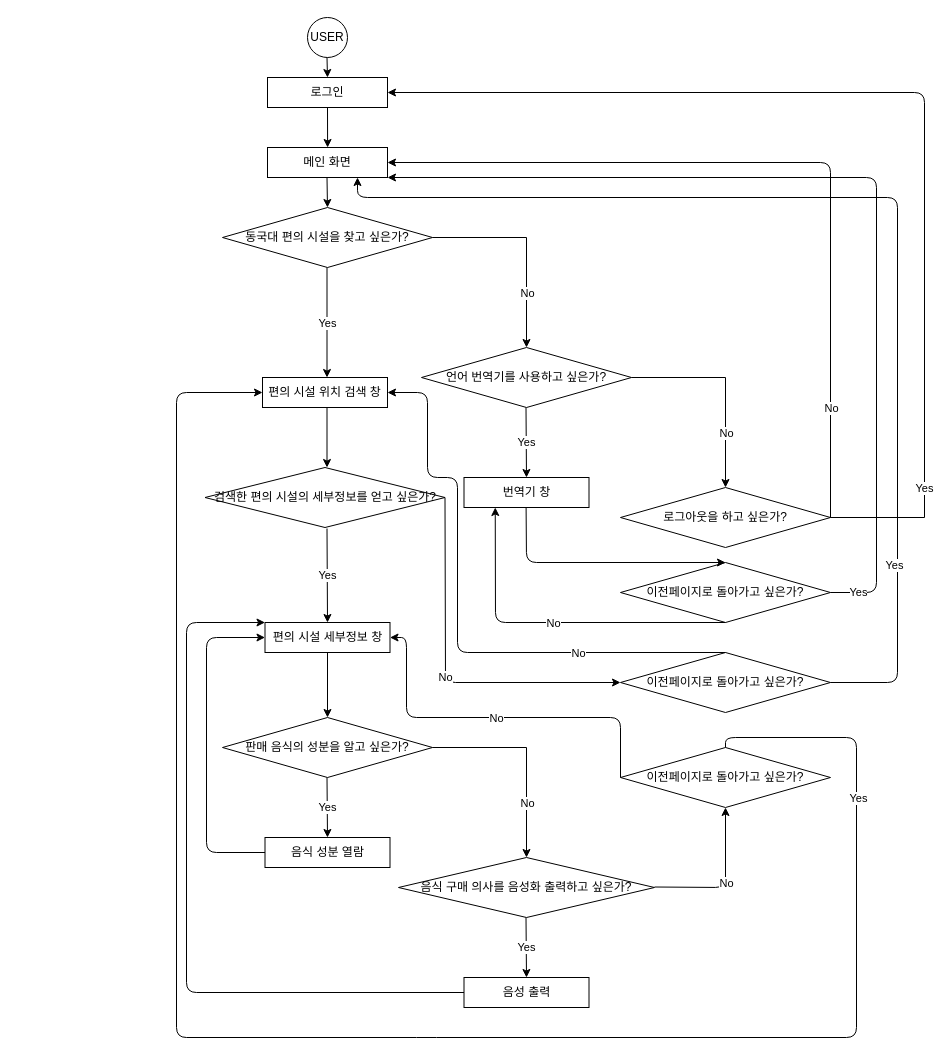
Before: FlowChart.drawio in Rush-K/FlowChart, a draw.io diagram. Source tidied: cells renumbered, new cells numbered last; positions are measured from the earlier drawing's top-left corner, leaving out a move shared by most shapes. Both pictures are drawn from the tidied source at 100%, with x=0, y=0 at pixel (176, 17).
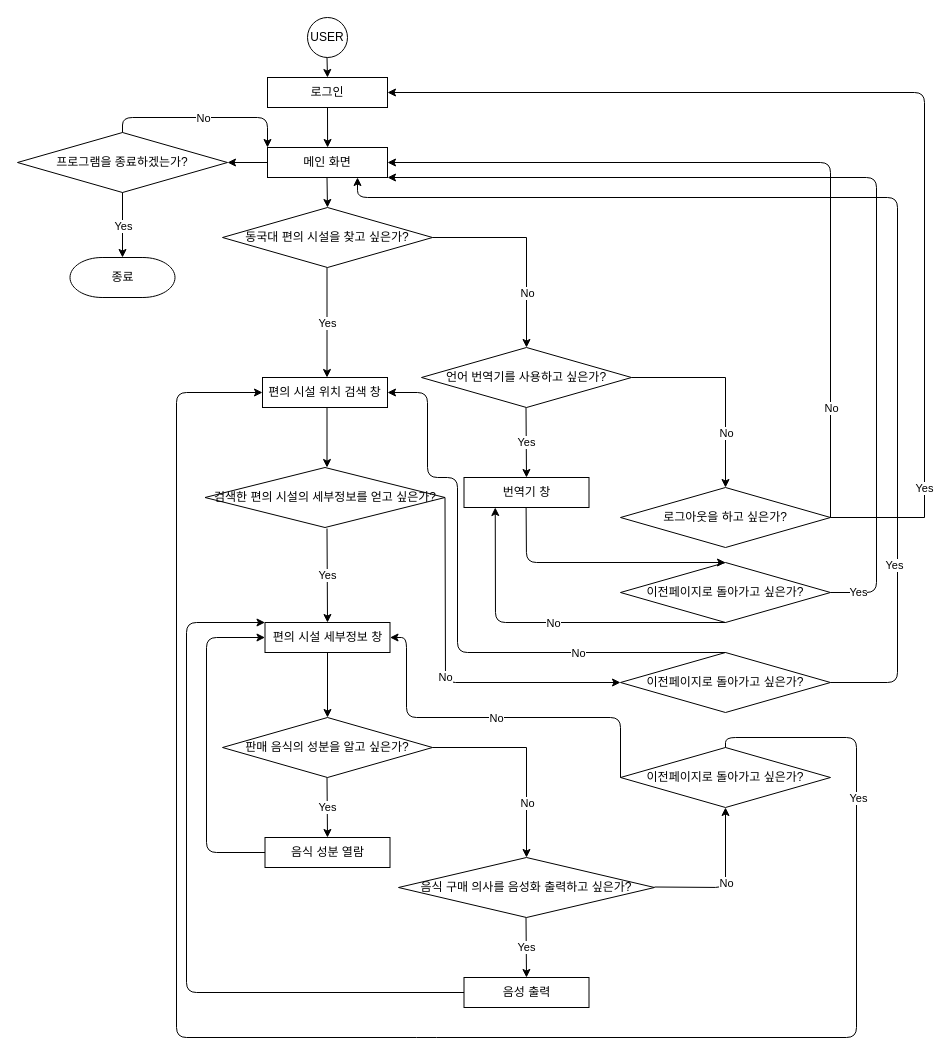
After the change.

Unchanged cells that the change refers to:
```xml
<mxCell id="44" value="메인 화면" style="rounded=0;whiteSpace=wrap;html=1;" parent="1" vertex="1">
  <mxGeometry x="91" y="130" width="120" height="30" as="geometry" />
</mxCell>
```

Change to the diagram source:
```diff
@@
+    <mxCell id="67" value="프로그램을 종료하겠는가?" style="rhombus;whiteSpace=wrap;html=1;" parent="1" vertex="1">
+      <mxGeometry x="-159" y="115" width="210" height="60" as="geometry" />
+    </mxCell>
+    <mxCell id="68" style="endArrow=classic;html=1;exitX=0;exitY=0.5;exitDx=0;exitDy=0;entryX=1;entryY=0.5;entryDx=0;entryDy=0;" parent="1" edge="1" source="44" target="67">
+      <mxGeometry relative="1" as="geometry" />
+    </mxCell>
+    <mxCell id="69" style="endArrow=classic;html=1;exitX=0.5;exitY=1;exitDx=0;exitDy=0;" parent="1" edge="1" source="67">
+      <mxGeometry relative="1" as="geometry">
+        <mxPoint x="-54" y="240" as="targetPoint" />
+      </mxGeometry>
+    </mxCell>
+    <mxCell id="70" value="Yes" style="edgeLabel;html=1;align=center;verticalAlign=middle;" parent="69" vertex="1">
+      <mxGeometry relative="1" as="geometry" />
+    </mxCell>
+    <mxCell id="71" value="종료" style="strokeWidth=1;html=1;shape=mxgraph.flowchart.terminator;whiteSpace=wrap;" parent="1" vertex="1">
+      <mxGeometry x="-106.5" y="240" width="105" height="40" as="geometry" />
+    </mxCell>
+    <mxCell id="72" style="endArrow=classic;html=1;exitX=0.5;exitY=0;exitDx=0;exitDy=0;entryX=0;entryY=0;entryDx=0;entryDy=0;" parent="1" edge="1" source="67" target="44">
+      <mxGeometry relative="1" as="geometry">
+        <Array as="points">
+          <mxPoint x="-54" y="100" />
+          <mxPoint x="91" y="100" />
+        </Array>
+      </mxGeometry>
+    </mxCell>
+    <mxCell id="73" value="No" style="edgeLabel;html=1;align=center;verticalAlign=middle;" parent="72" vertex="1">
+      <mxGeometry relative="1" as="geometry" />
+    </mxCell>
```
